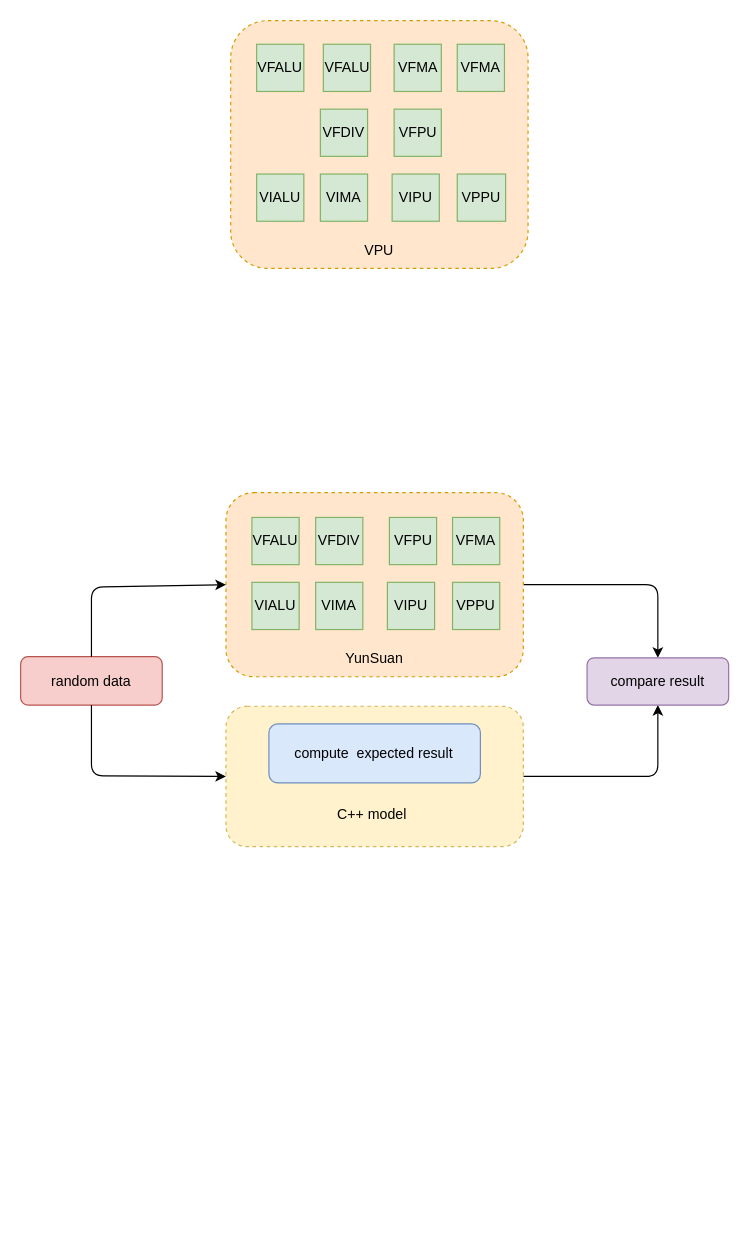
Ziyue-Zhang/draw_picture keeps this draw.io diagram as vector4.drawio. Above is the earlier version. Source tidied: cells renumbered, new cells numbered last; positions are measured from the earlier drawing's top-left corner, leaving out a move shared by most shapes. Both pictures are drawn from the tidied source at 118%, with x=0, y=0 at pixel (20, 20).
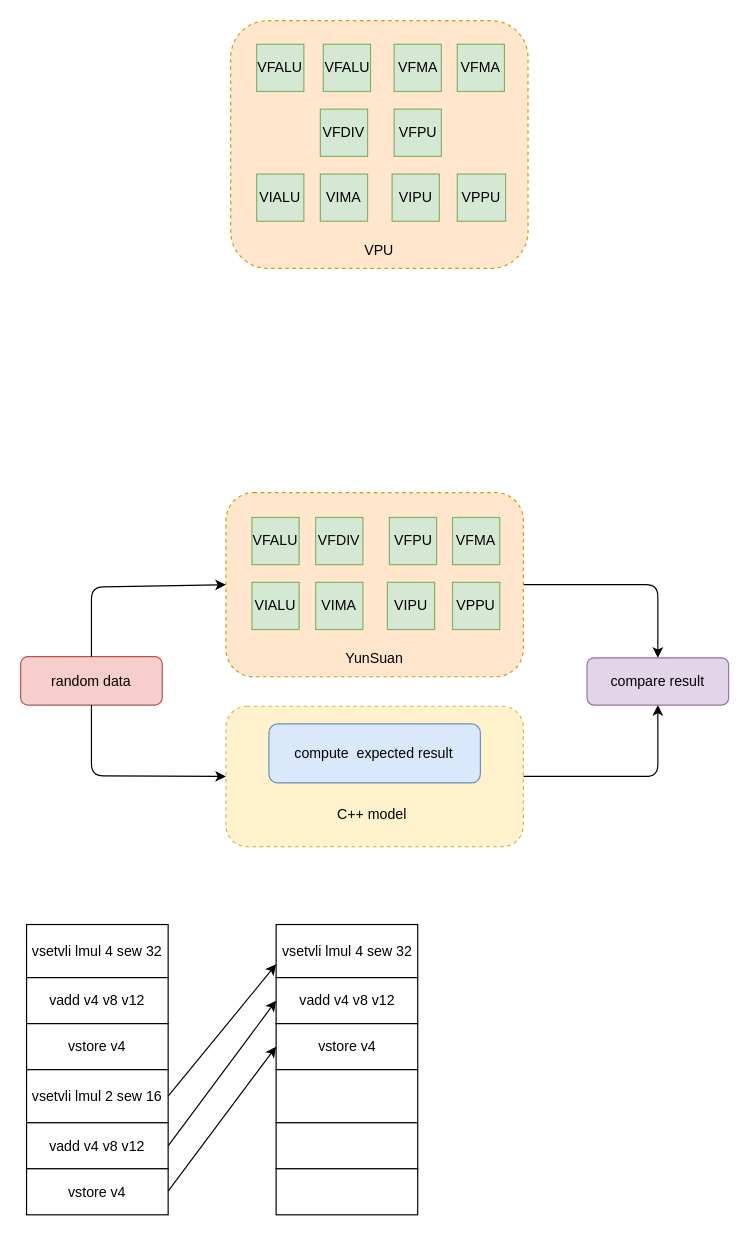
After the change.

What changed in the source:
```diff
@@
+    <mxCell id="33" value="vsetvli lmul 4 sew 32" style="rounded=0;whiteSpace=wrap;html=1;" parent="1" vertex="1">
+      <mxGeometry x="5" y="766" width="120" height="45" as="geometry" />
+    </mxCell>
+    <mxCell id="34" value="vadd v4 v8 v12" style="rounded=0;whiteSpace=wrap;html=1;" parent="1" vertex="1">
+      <mxGeometry x="5" y="811" width="120" height="39" as="geometry" />
+    </mxCell>
+    <mxCell id="35" value="vstore v4" style="rounded=0;whiteSpace=wrap;html=1;" parent="1" vertex="1">
+      <mxGeometry x="5" y="850" width="120" height="39" as="geometry" />
+    </mxCell>
+    <mxCell id="36" value="vsetvli lmul 2 sew 16" style="rounded=0;whiteSpace=wrap;html=1;" parent="1" vertex="1">
+      <mxGeometry x="5" y="889" width="120" height="45" as="geometry" />
+    </mxCell>
+    <mxCell id="37" value="vadd v4 v8 v12" style="rounded=0;whiteSpace=wrap;html=1;" parent="1" vertex="1">
+      <mxGeometry x="5" y="934" width="120" height="39" as="geometry" />
+    </mxCell>
+    <mxCell id="38" value="vstore v4" style="rounded=0;whiteSpace=wrap;html=1;" parent="1" vertex="1">
+      <mxGeometry x="5" y="973" width="120" height="39" as="geometry" />
+    </mxCell>
+    <mxCell id="39" style="endArrow=classic;html=1;rounded=0;exitX=1;exitY=0.5;exitDx=0;exitDy=0;entryX=0;entryY=0.5;entryDx=0;entryDy=0;" parent="1" edge="1" source="37" target="41">
+      <mxGeometry relative="1" as="geometry" />
+    </mxCell>
+    <mxCell id="40" value="vsetvli lmul 4 sew 32" style="rounded=0;whiteSpace=wrap;html=1;" parent="1" vertex="1">
+      <mxGeometry x="216.5" y="766" width="120" height="45" as="geometry" />
+    </mxCell>
+    <mxCell id="41" value="vadd v4 v8 v12" style="rounded=0;whiteSpace=wrap;html=1;" parent="1" vertex="1">
+      <mxGeometry x="216.5" y="811" width="120" height="39" as="geometry" />
+    </mxCell>
+    <mxCell id="42" value="vstore v4" style="rounded=0;whiteSpace=wrap;html=1;" parent="1" vertex="1">
+      <mxGeometry x="216.5" y="850" width="120" height="39" as="geometry" />
+    </mxCell>
+    <mxCell id="43" style="rounded=0;whiteSpace=wrap;html=1;" parent="1" vertex="1">
+      <mxGeometry x="216.5" y="889" width="120" height="45" as="geometry" />
+    </mxCell>
+    <mxCell id="44" style="rounded=0;whiteSpace=wrap;html=1;" parent="1" vertex="1">
+      <mxGeometry x="216.5" y="934" width="120" height="39" as="geometry" />
+    </mxCell>
+    <mxCell id="45" style="rounded=0;whiteSpace=wrap;html=1;" parent="1" vertex="1">
+      <mxGeometry x="216.5" y="973" width="120" height="39" as="geometry" />
+    </mxCell>
+    <mxCell id="46" style="endArrow=classic;html=1;rounded=0;entryX=0;entryY=0.5;entryDx=0;entryDy=0;" parent="1" edge="1" target="42">
+      <mxGeometry relative="1" as="geometry">
+        <mxPoint x="125" y="992" as="sourcePoint" />
+      </mxGeometry>
+    </mxCell>
+    <mxCell id="47" style="endArrow=classic;html=1;rounded=0;entryX=0;entryY=0.75;entryDx=0;entryDy=0;exitX=1;exitY=0.5;exitDx=0;exitDy=0;" parent="1" edge="1" source="36" target="40">
+      <mxGeometry relative="1" as="geometry" />
+    </mxCell>
```
